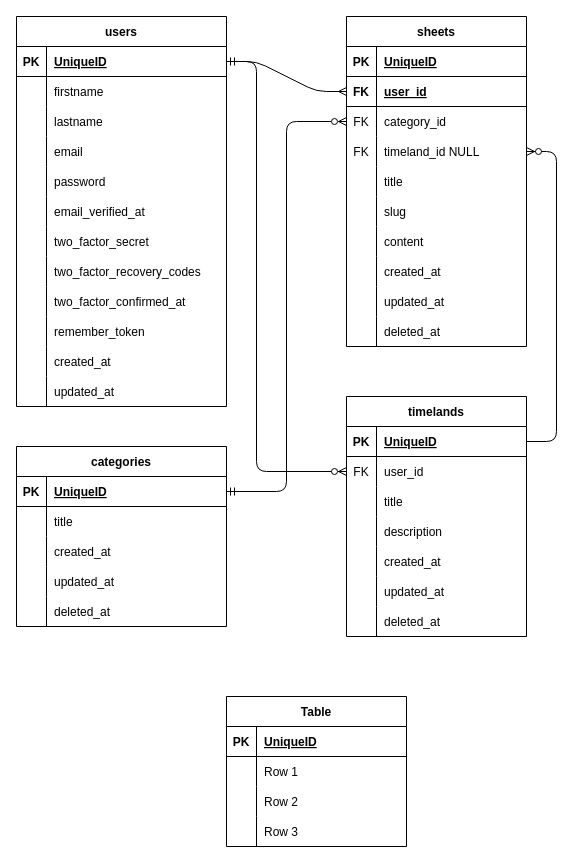
opensheetorg/opensheet keeps this draw.io diagram as database/schemas/db.drawio. Above is the earlier version. Source tidied: cells renumbered, new cells numbered last; positions are measured from the earlier drawing's top-left corner, leaving out a move shared by most shapes. Both pictures are drawn from the tidied source at 100%, with x=0, y=0 at pixel (16, 16).
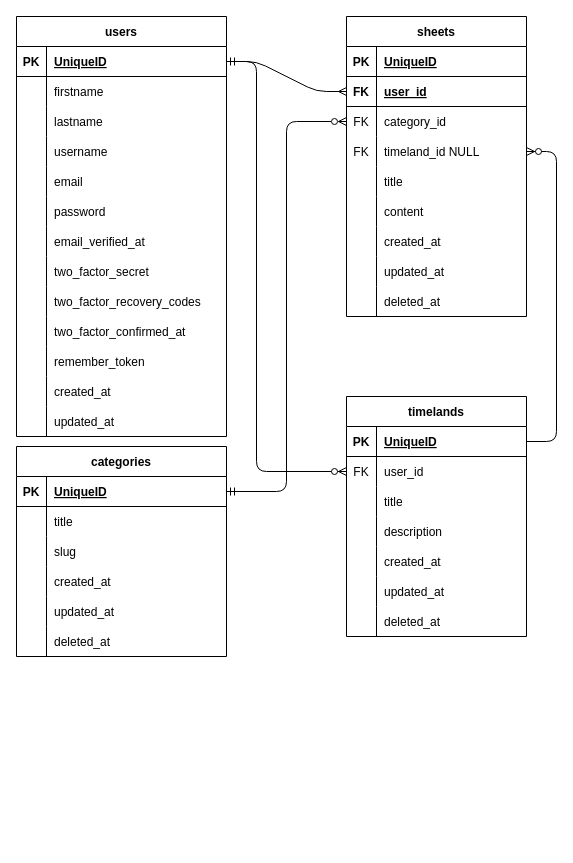
After the change.

Commit message:
add slug to category, delete extra table

Change to the diagram source:
```diff
@@
     <mxCell id="2" value="sheets" style="shape=table;startSize=30;childLayout=tableLayout;rowLines=0;fontStyle=1;align=center;" parent="1" vertex="1">
-      <mxGeometry x="330" width="180" height="330" as="geometry" />
+      <mxGeometry x="330" width="180" height="300" as="geometry" />
     </mxCell>
@@
-    <mxCell id="18" style="shape=tableRow;horizontal=0;startSize=0;swimlaneHead=0;swimlaneBody=0;fillColor=none;top=0;left=0;right=0;bottom=0;" parent="2" vertex="1">
-      <mxGeometry y="180" width="180" height="30" as="geometry" />
-    </mxCell>
-    <mxCell id="19" style="shape=partialRectangle;fillColor=none;top=0;left=0;bottom=0;right=0;overflow=hidden;" parent="18" vertex="1">
-      <mxGeometry width="30" height="30" as="geometry" />
-    </mxCell>
-    <mxCell id="20" value="slug" style="shape=partialRectangle;fillColor=none;top=0;left=0;bottom=0;right=0;align=left;spacingLeft=6;overflow=hidden;" parent="18" vertex="1">
-      <mxGeometry x="30" width="150" height="30" as="geometry" />
-    </mxCell>
     <mxCell id="21" style="shape=tableRow;horizontal=0;startSize=0;swimlaneHead=0;swimlaneBody=0;fillColor=none;top=0;left=0;right=0;bottom=0;" parent="2" vertex="1">
-      <mxGeometry y="210" width="180" height="30" as="geometry" />
+      <mxGeometry y="180" width="180" height="30" as="geometry" />
     </mxCell>
@@
     <mxCell id="24" style="shape=tableRow;horizontal=0;startSize=0;swimlaneHead=0;swimlaneBody=0;fillColor=none;top=0;left=0;right=0;bottom=0;" parent="2" vertex="1">
-      <mxGeometry y="240" width="180" height="30" as="geometry" />
+      <mxGeometry y="210" width="180" height="30" as="geometry" />
     </mxCell>
@@
     <mxCell id="27" style="shape=tableRow;horizontal=0;startSize=0;swimlaneHead=0;swimlaneBody=0;fillColor=none;top=0;left=0;right=0;bottom=0;" parent="2" vertex="1">
-      <mxGeometry y="270" width="180" height="30" as="geometry" />
+      <mxGeometry y="240" width="180" height="30" as="geometry" />
     </mxCell>
@@
     <mxCell id="30" style="shape=tableRow;horizontal=0;startSize=0;swimlaneHead=0;swimlaneBody=0;fillColor=none;top=0;left=0;right=0;bottom=0;" parent="2" vertex="1">
-      <mxGeometry y="300" width="180" height="30" as="geometry" />
+      <mxGeometry y="270" width="180" height="30" as="geometry" />
     </mxCell>
@@
     <mxCell id="55" value="users" style="shape=table;startSize=30;childLayout=tableLayout;rowLines=0;fontStyle=1;align=center;" parent="1" vertex="1">
-      <mxGeometry width="210" height="390" as="geometry" />
+      <mxGeometry width="210" height="420" as="geometry" />
     </mxCell>
@@
+    <mxCell id="125" style="shape=tableRow;horizontal=0;startSize=0;swimlaneHead=0;swimlaneBody=0;fillColor=none;top=0;left=0;right=0;bottom=0;" parent="55" vertex="1">
+      <mxGeometry y="120" width="210" height="30" as="geometry" />
+    </mxCell>
+    <mxCell id="126" style="shape=partialRectangle;fillColor=none;top=0;left=0;bottom=0;right=0;overflow=hidden;" parent="125" vertex="1">
+      <mxGeometry width="30" height="30" as="geometry" />
+    </mxCell>
+    <mxCell id="127" value="username" style="shape=partialRectangle;fillColor=none;top=0;left=0;bottom=0;right=0;align=left;spacingLeft=6;overflow=hidden;" parent="125" vertex="1">
+      <mxGeometry x="30" width="180" height="30" as="geometry" />
+    </mxCell>
     <mxCell id="65" style="shape=tableRow;horizontal=0;startSize=0;swimlaneHead=0;swimlaneBody=0;fillColor=none;top=0;left=0;right=0;bottom=0;" parent="55" vertex="1">
-      <mxGeometry y="120" width="210" height="30" as="geometry" />
+      <mxGeometry y="150" width="210" height="30" as="geometry" />
     </mxCell>
@@
     <mxCell id="68" style="shape=tableRow;horizontal=0;startSize=0;swimlaneHead=0;swimlaneBody=0;fillColor=none;top=0;left=0;right=0;bottom=0;" parent="55" vertex="1">
-      <mxGeometry y="150" width="210" height="30" as="geometry" />
+      <mxGeometry y="180" width="210" height="30" as="geometry" />
     </mxCell>
@@
     <mxCell id="71" style="shape=tableRow;horizontal=0;startSize=0;swimlaneHead=0;swimlaneBody=0;fillColor=none;top=0;left=0;right=0;bottom=0;" parent="55" vertex="1">
-      <mxGeometry y="180" width="210" height="30" as="geometry" />
+      <mxGeometry y="210" width="210" height="30" as="geometry" />
     </mxCell>
@@
     <mxCell id="74" style="shape=tableRow;horizontal=0;startSize=0;swimlaneHead=0;swimlaneBody=0;fillColor=none;top=0;left=0;right=0;bottom=0;" parent="55" vertex="1">
-      <mxGeometry y="210" width="210" height="30" as="geometry" />
+      <mxGeometry y="240" width="210" height="30" as="geometry" />
     </mxCell>
@@
     <mxCell id="77" style="shape=tableRow;horizontal=0;startSize=0;swimlaneHead=0;swimlaneBody=0;fillColor=none;top=0;left=0;right=0;bottom=0;" parent="55" vertex="1">
-      <mxGeometry y="240" width="210" height="30" as="geometry" />
+      <mxGeometry y="270" width="210" height="30" as="geometry" />
     </mxCell>
@@
     <mxCell id="80" style="shape=tableRow;horizontal=0;startSize=0;swimlaneHead=0;swimlaneBody=0;fillColor=none;top=0;left=0;right=0;bottom=0;" parent="55" vertex="1">
-      <mxGeometry y="270" width="210" height="30" as="geometry" />
+      <mxGeometry y="300" width="210" height="30" as="geometry" />
     </mxCell>
@@
     <mxCell id="83" style="shape=tableRow;horizontal=0;startSize=0;swimlaneHead=0;swimlaneBody=0;fillColor=none;top=0;left=0;right=0;bottom=0;" parent="55" vertex="1">
-      <mxGeometry y="300" width="210" height="30" as="geometry" />
+      <mxGeometry y="330" width="210" height="30" as="geometry" />
     </mxCell>
@@
     <mxCell id="86" style="shape=tableRow;horizontal=0;startSize=0;swimlaneHead=0;swimlaneBody=0;fillColor=none;top=0;left=0;right=0;bottom=0;" parent="55" vertex="1">
-      <mxGeometry y="330" width="210" height="30" as="geometry" />
+      <mxGeometry y="360" width="210" height="30" as="geometry" />
     </mxCell>
@@
     <mxCell id="89" style="shape=tableRow;horizontal=0;startSize=0;swimlaneHead=0;swimlaneBody=0;fillColor=none;top=0;left=0;right=0;bottom=0;" parent="55" vertex="1">
-      <mxGeometry y="360" width="210" height="30" as="geometry" />
+      <mxGeometry y="390" width="210" height="30" as="geometry" />
     </mxCell>
@@
-    <mxCell id="92" value="Table" style="shape=table;startSize=30;childLayout=tableLayout;rowLines=0;fontStyle=1;align=center;" parent="1" vertex="1">
-      <mxGeometry x="210" y="680" width="180" height="150" as="geometry" />
-    </mxCell>
-    <mxCell id="93" style="shape=tableRow;horizontal=0;startSize=0;swimlaneHead=0;swimlaneBody=0;fillColor=none;top=0;left=0;right=0;bottom=1;" parent="92" vertex="1">
-      <mxGeometry y="30" width="180" height="30" as="geometry" />
-    </mxCell>
-    <mxCell id="94" value="PK" style="shape=partialRectangle;fillColor=none;top=0;left=0;bottom=0;right=0;fontStyle=1;overflow=hidden;" parent="93" vertex="1">
-      <mxGeometry width="30" height="30" as="geometry" />
-    </mxCell>
-    <mxCell id="95" value="UniqueID" style="shape=partialRectangle;fillColor=none;top=0;left=0;bottom=0;right=0;align=left;spacingLeft=6;fontStyle=5;overflow=hidden;" parent="93" vertex="1">
-      <mxGeometry x="30" width="150" height="30" as="geometry" />
-    </mxCell>
-    <mxCell id="96" style="shape=tableRow;horizontal=0;startSize=0;swimlaneHead=0;swimlaneBody=0;fillColor=none;top=0;left=0;right=0;bottom=0;" parent="92" vertex="1">
-      <mxGeometry y="60" width="180" height="30" as="geometry" />
-    </mxCell>
-    <mxCell id="97" style="shape=partialRectangle;fillColor=none;top=0;left=0;bottom=0;right=0;overflow=hidden;" parent="96" vertex="1">
-      <mxGeometry width="30" height="30" as="geometry" />
-    </mxCell>
-    <mxCell id="98" value="Row 1" style="shape=partialRectangle;fillColor=none;top=0;left=0;bottom=0;right=0;align=left;spacingLeft=6;overflow=hidden;" parent="96" vertex="1">
-      <mxGeometry x="30" width="150" height="30" as="geometry" />
-    </mxCell>
-    <mxCell id="99" style="shape=tableRow;horizontal=0;startSize=0;swimlaneHead=0;swimlaneBody=0;fillColor=none;top=0;left=0;right=0;bottom=0;" parent="92" vertex="1">
-      <mxGeometry y="90" width="180" height="30" as="geometry" />
-    </mxCell>
-    <mxCell id="100" style="shape=partialRectangle;fillColor=none;top=0;left=0;bottom=0;right=0;overflow=hidden;" parent="99" vertex="1">
-      <mxGeometry width="30" height="30" as="geometry" />
-    </mxCell>
-    <mxCell id="101" value="Row 2" style="shape=partialRectangle;fillColor=none;top=0;left=0;bottom=0;right=0;align=left;spacingLeft=6;overflow=hidden;" parent="99" vertex="1">
-      <mxGeometry x="30" width="150" height="30" as="geometry" />
-    </mxCell>
-    <mxCell id="102" style="shape=tableRow;horizontal=0;startSize=0;swimlaneHead=0;swimlaneBody=0;fillColor=none;top=0;left=0;right=0;bottom=0;" parent="92" vertex="1">
-      <mxGeometry y="120" width="180" height="30" as="geometry" />
-    </mxCell>
-    <mxCell id="103" style="shape=partialRectangle;fillColor=none;top=0;left=0;bottom=0;right=0;overflow=hidden;" parent="102" vertex="1">
-      <mxGeometry width="30" height="30" as="geometry" />
-    </mxCell>
-    <mxCell id="104" value="Row 3" style="shape=partialRectangle;fillColor=none;top=0;left=0;bottom=0;right=0;align=left;spacingLeft=6;overflow=hidden;" parent="102" vertex="1">
-      <mxGeometry x="30" width="150" height="30" as="geometry" />
-    </mxCell>
@@
     <mxCell id="106" value="categories" style="shape=table;startSize=30;childLayout=tableLayout;rowLines=0;fontStyle=1;align=center;" parent="1" vertex="1">
-      <mxGeometry y="430" width="210" height="180" as="geometry" />
+      <mxGeometry y="430" width="210" height="210" as="geometry" />
     </mxCell>
@@
+    <mxCell id="128" style="shape=tableRow;horizontal=0;startSize=0;swimlaneHead=0;swimlaneBody=0;fillColor=none;top=0;left=0;right=0;bottom=0;" parent="106" vertex="1">
+      <mxGeometry y="90" width="210" height="30" as="geometry" />
+    </mxCell>
+    <mxCell id="129" style="shape=partialRectangle;fillColor=none;top=0;left=0;bottom=0;right=0;overflow=hidden;" parent="128" vertex="1">
+      <mxGeometry width="30" height="30" as="geometry" />
+    </mxCell>
+    <mxCell id="20" value="slug" style="shape=partialRectangle;fillColor=none;top=0;left=0;bottom=0;right=0;align=left;spacingLeft=6;overflow=hidden;" parent="128" vertex="1">
+      <mxGeometry x="30" width="180" height="30" as="geometry" />
+    </mxCell>
     <mxCell id="113" style="shape=tableRow;horizontal=0;startSize=0;swimlaneHead=0;swimlaneBody=0;fillColor=none;top=0;left=0;right=0;bottom=0;" parent="106" vertex="1">
-      <mxGeometry y="90" width="210" height="30" as="geometry" />
+      <mxGeometry y="120" width="210" height="30" as="geometry" />
     </mxCell>
@@
     <mxCell id="116" style="shape=tableRow;horizontal=0;startSize=0;swimlaneHead=0;swimlaneBody=0;fillColor=none;top=0;left=0;right=0;bottom=0;" parent="106" vertex="1">
-      <mxGeometry y="120" width="210" height="30" as="geometry" />
+      <mxGeometry y="150" width="210" height="30" as="geometry" />
     </mxCell>
@@
     <mxCell id="119" style="shape=tableRow;horizontal=0;startSize=0;swimlaneHead=0;swimlaneBody=0;fillColor=none;top=0;left=0;right=0;bottom=0;" parent="106" vertex="1">
-      <mxGeometry y="150" width="210" height="30" as="geometry" />
+      <mxGeometry y="180" width="210" height="30" as="geometry" />
     </mxCell>
```
